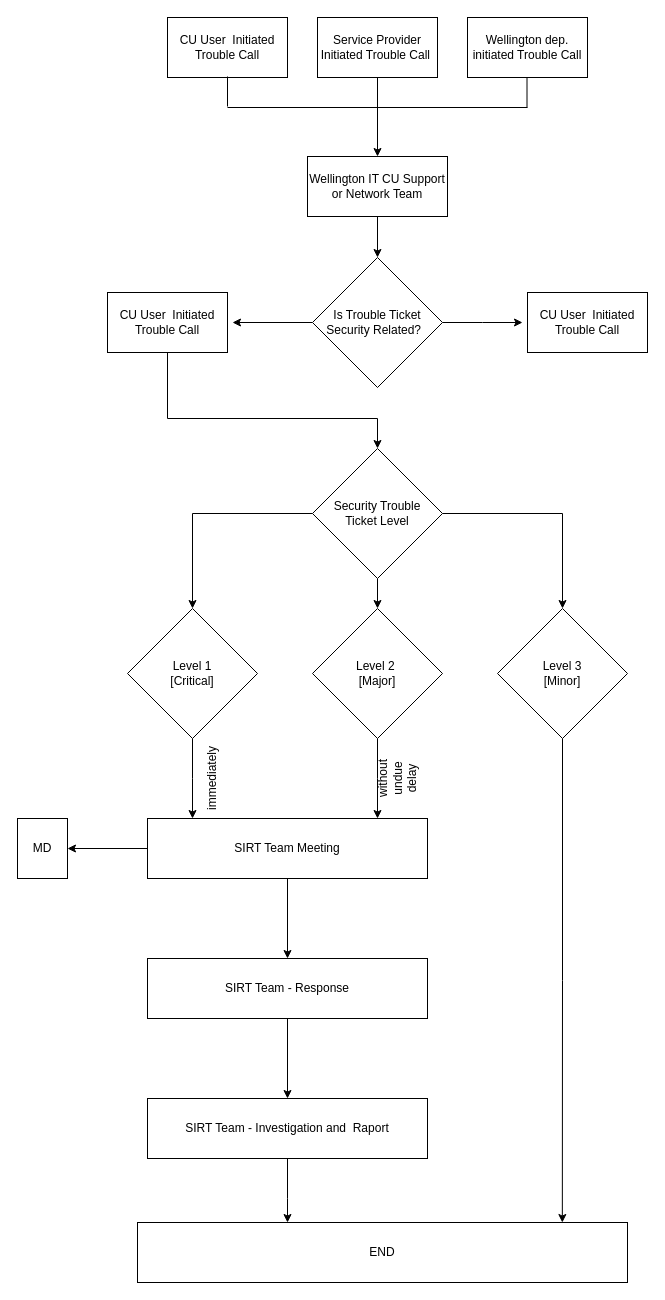
Earlier version of the draw.io diagram Untitled Diagram.drawio (xavery11235/e-sprzeciw). Source tidied: cells renumbered, new cells numbered last; positions are measured from the earlier drawing's top-left corner, leaving out a move shared by most shapes. Both pictures are drawn from the tidied source at 100%, with x=0, y=0 at pixel (17, 17).
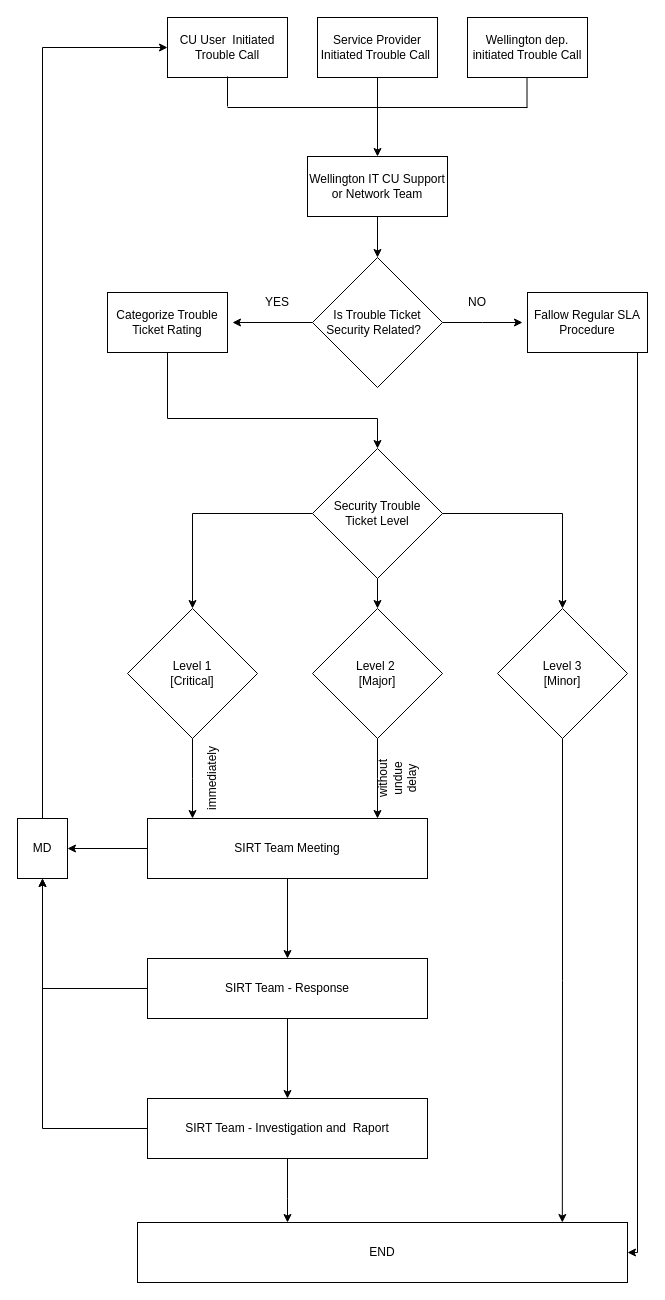
Above is the later version.

Unchanged cells that the change refers to:
```xml
<mxCell id="2" value="CU User&amp;nbsp; Initiated Trouble Call" style="rounded=0;whiteSpace=wrap;html=1;" parent="1" vertex="1">
  <mxGeometry x="150" width="120" height="60" as="geometry" />
</mxCell>
<mxCell id="31" value="SIRT Team - Response&lt;br&gt;" style="rounded=0;whiteSpace=wrap;html=1;" parent="1" vertex="1">
  <mxGeometry x="130" y="941" width="280" height="60" as="geometry" />
</mxCell>
<mxCell id="33" value="SIRT Team - Investigation and&amp;nbsp; Raport&lt;br&gt;" style="rounded=0;whiteSpace=wrap;html=1;" parent="1" vertex="1">
  <mxGeometry x="130" y="1081" width="280" height="60" as="geometry" />
</mxCell>
<mxCell id="34" value="MD&lt;br&gt;" style="rounded=0;whiteSpace=wrap;html=1;" parent="1" vertex="1">
  <mxGeometry y="801" width="50" height="60" as="geometry" />
</mxCell>
<mxCell id="35" value="END" style="rounded=0;whiteSpace=wrap;html=1;" parent="1" vertex="1">
  <mxGeometry x="120" y="1205" width="490" height="60" as="geometry" />
</mxCell>
```

Change to the diagram source:
```diff
@@
-    <mxCell id="15" value="CU User&amp;nbsp; Initiated Trouble Call" style="rounded=0;whiteSpace=wrap;html=1;" parent="1" vertex="1">
+    <mxCell id="15" value="Categorize Trouble Ticket Rating" style="rounded=0;whiteSpace=wrap;html=1;" parent="1" vertex="1">
       <mxGeometry x="90" y="275" width="120" height="60" as="geometry" />
     </mxCell>
+    <mxCell id="38" style="edgeStyle=orthogonalEdgeStyle;rounded=0;jettySize=auto;html=1;entryX=1;entryY=0.5;entryDx=0;entryDy=0;" parent="1" edge="1" source="16" target="35">
+      <mxGeometry relative="1" as="geometry">
+        <Array as="points">
+          <mxPoint x="620" y="1235" />
+        </Array>
+      </mxGeometry>
+    </mxCell>
-    <mxCell id="16" value="CU User&amp;nbsp; Initiated Trouble Call" style="rounded=0;whiteSpace=wrap;html=1;" parent="1" vertex="1">
+    <mxCell id="16" value="Fallow Regular SLA Procedure&lt;br&gt;" style="rounded=0;whiteSpace=wrap;html=1;" parent="1" vertex="1">
       <mxGeometry x="510" y="275" width="120" height="60" as="geometry" />
     </mxCell>
@@
+    <mxCell id="39" style="edgeStyle=orthogonalEdgeStyle;rounded=0;jettySize=auto;html=1;entryX=0.5;entryY=1;entryDx=0;entryDy=0;" parent="1" edge="1" source="31" target="34">
+      <mxGeometry relative="1" as="geometry" />
+    </mxCell>
@@
+    <mxCell id="40" style="edgeStyle=orthogonalEdgeStyle;rounded=0;jettySize=auto;html=1;entryX=0;entryY=0.5;entryDx=0;entryDy=0;" parent="1" edge="1" source="34" target="2">
+      <mxGeometry relative="1" as="geometry">
+        <Array as="points">
+          <mxPoint x="25" y="30" />
+        </Array>
+      </mxGeometry>
+    </mxCell>
@@
+    <mxCell id="41" style="edgeStyle=orthogonalEdgeStyle;rounded=0;jettySize=auto;html=1;exitX=0;exitY=0.5;exitDx=0;exitDy=0;entryX=0.5;entryY=1;entryDx=0;entryDy=0;" parent="1" edge="1" source="33" target="34">
+      <mxGeometry relative="1" as="geometry" />
+    </mxCell>
@@
+    <mxCell id="42" value="NO" style="text;html=1;strokeColor=none;fillColor=none;align=center;verticalAlign=middle;whiteSpace=wrap;rounded=0;" parent="1" vertex="1">
+      <mxGeometry x="440" y="275" width="40" height="20" as="geometry" />
+    </mxCell>
+    <mxCell id="43" value="YES" style="text;html=1;strokeColor=none;fillColor=none;align=center;verticalAlign=middle;whiteSpace=wrap;rounded=0;" parent="1" vertex="1">
+      <mxGeometry x="240" y="275" width="40" height="20" as="geometry" />
+    </mxCell>
```
